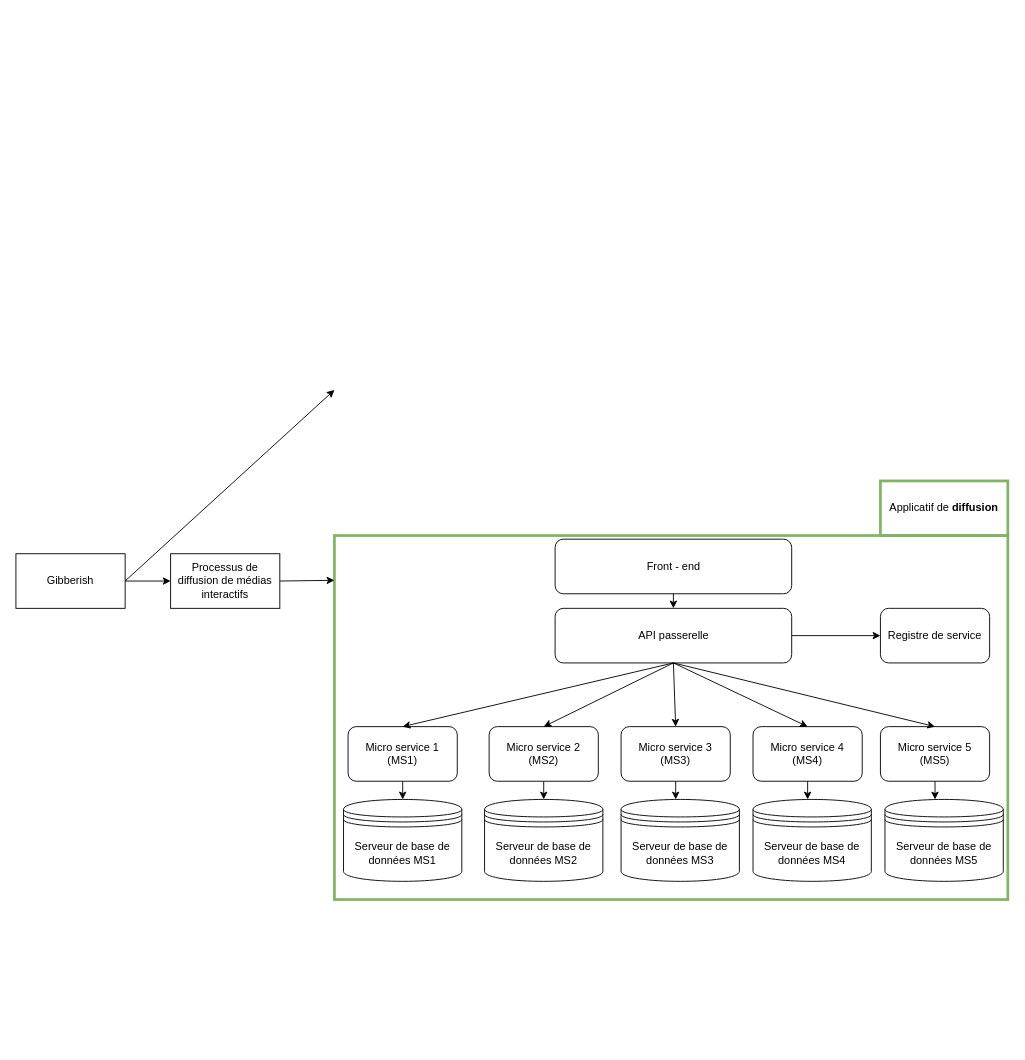
The draw.io diagram GibberiashTargetApplicativeArchitecture.drawio in cjour/audit_logistics, before the edit. Source tidied: cells renumbered, new cells numbered last; positions are measured from the earlier drawing's top-left corner, leaving out a move shared by most shapes. Both pictures are drawn from the tidied source at 91%, with x=0, y=0 at pixel (15, 389).
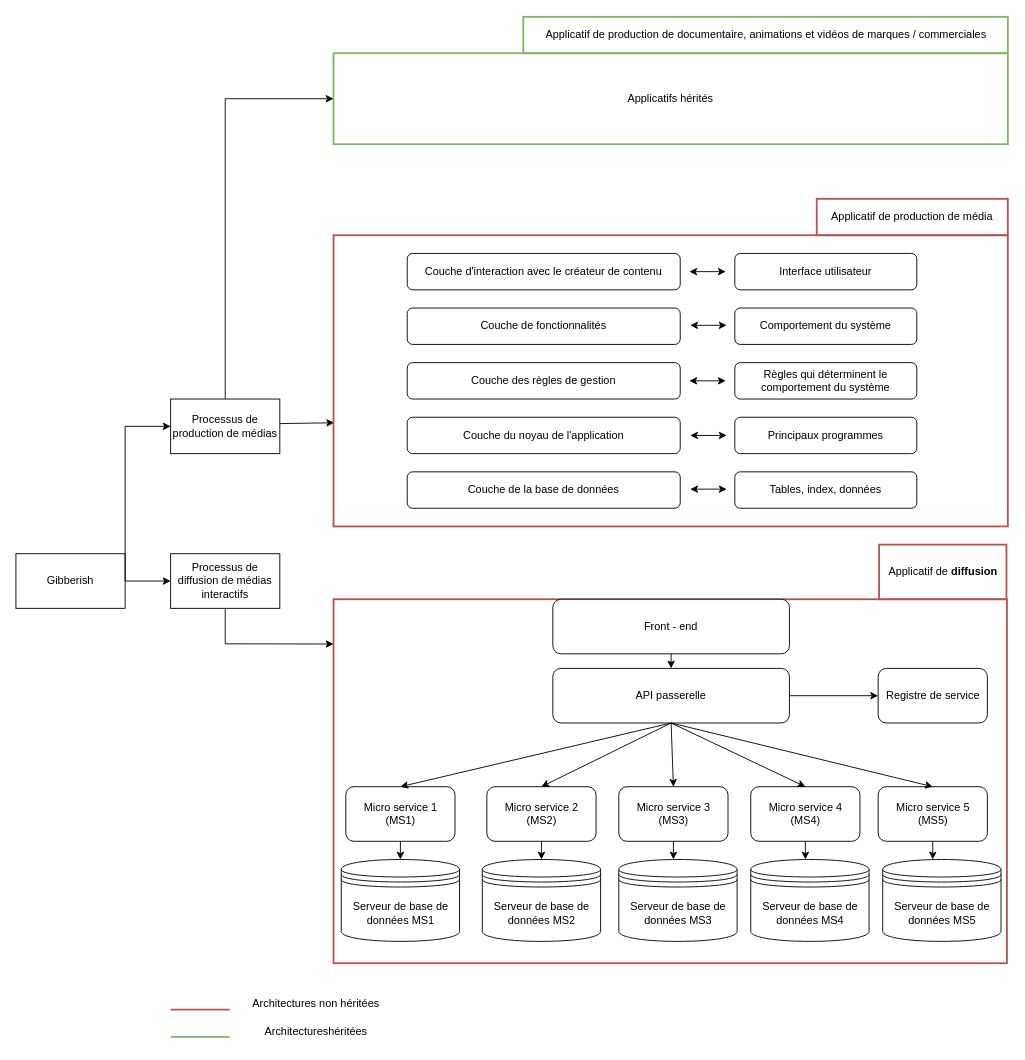
The same page after the edit.

Commit message (it also covers changes not shown here):
Mettre à jour GibberiashTargetApplicativeArchitecture.drawio

The change refers to these unchanged cells:
```xml
<mxCell id="4" value="Gibberish" style="rounded=0;whiteSpace=wrap;html=1;strokeWidth=1;fillColor=none;" parent="1" vertex="1">
  <mxGeometry y="180" width="120" height="60" as="geometry" />
</mxCell>
<mxCell id="5" value="Processus de diffusion de médias interactifs" style="rounded=0;whiteSpace=wrap;html=1;strokeWidth=1;fillColor=none;" parent="1" vertex="1">
  <mxGeometry x="170" y="180" width="120" height="60" as="geometry" />
</mxCell>
```

The edit, as a diff of the source:
```diff
@@
-    <mxCell id="2" style="rounded=0;whiteSpace=wrap;html=1;strokeWidth=3;fillColor=none;strokeColor=#82b366;" parent="1" vertex="1">
-      <mxGeometry x="350" y="160" width="740" height="400" as="geometry" />
+    <mxCell id="2" style="rounded=0;whiteSpace=wrap;html=1;strokeWidth=2;fillColor=none;strokeColor=#b85450;" parent="1" vertex="1">
+      <mxGeometry x="349" y="230" width="740" height="400" as="geometry" />
     </mxCell>
-    <mxCell id="3" value="Applicatif de &lt;b&gt;diffusion&lt;/b&gt;" style="rounded=0;whiteSpace=wrap;html=1;strokeWidth=3;fillColor=none;strokeColor=#82b366;" parent="1" vertex="1">
-      <mxGeometry x="950" y="100" width="140" height="60" as="geometry" />
-    </mxCell>
@@
+    <mxCell id="28" style="endArrow=classic;html=1;rounded=0;exitX=0.5;exitY=1;exitDx=0;exitDy=0;entryX=0;entryY=0.123;entryDx=0;entryDy=0;entryPerimeter=0;" parent="1" edge="1" source="5" target="2">
+      <mxGeometry relative="1" as="geometry">
+        <Array as="points">
+          <mxPoint x="230" y="279" />
+        </Array>
+      </mxGeometry>
+    </mxCell>
+    <mxCell id="33" style="endArrow=classic;html=1;rounded=0;strokeColor=#000000;exitX=1;exitY=0.5;exitDx=0;exitDy=0;entryX=0;entryY=0.5;entryDx=0;entryDy=0;" parent="1" edge="1" source="4" target="5">
+      <mxGeometry relative="1" as="geometry" />
+    </mxCell>
+    <mxCell id="34" style="endArrow=classic;html=1;rounded=0;strokeColor=#000000;exitX=1;exitY=0.5;exitDx=0;exitDy=0;entryX=0;entryY=0.5;entryDx=0;entryDy=0;" parent="1" edge="1" source="4" target="37">
+      <mxGeometry relative="1" as="geometry">
+        <Array as="points">
+          <mxPoint x="120" y="40" />
+        </Array>
+      </mxGeometry>
+    </mxCell>
+    <mxCell id="35" value="Applicatifs hérités" style="rounded=0;whiteSpace=wrap;html=1;strokeWidth=2;fillColor=none;strokeColor=#82b366;" parent="1" vertex="1">
+      <mxGeometry x="349" y="-370" width="741" height="100" as="geometry" />
+    </mxCell>
+    <mxCell id="36" value="Applicatif de production de documentaire, animations et vidéos de marques / commerciales" style="rounded=0;whiteSpace=wrap;html=1;strokeWidth=2;fillColor=none;strokeColor=#82b366;" parent="1" vertex="1">
+      <mxGeometry x="557.5" y="-410" width="532.5" height="40" as="geometry" />
+    </mxCell>
+    <mxCell id="37" value="Processus de production de médias" style="rounded=0;whiteSpace=wrap;html=1;strokeWidth=1;fillColor=none;" parent="1" vertex="1">
+      <mxGeometry x="170" y="10" width="120" height="60" as="geometry" />
+    </mxCell>
+    <mxCell id="38" style="endArrow=classic;html=1;rounded=0;exitX=0.5;exitY=0;exitDx=0;exitDy=0;entryX=0;entryY=0.5;entryDx=0;entryDy=0;" parent="1" edge="1" source="37" target="35">
+      <mxGeometry relative="1" as="geometry">
+        <Array as="points">
+          <mxPoint x="230" y="-320" />
+        </Array>
+      </mxGeometry>
+    </mxCell>
+    <mxCell id="39" style="endArrow=classic;html=1;rounded=0;strokeColor=#000000;entryX=0.001;entryY=0.644;entryDx=0;entryDy=0;entryPerimeter=0;" parent="1" edge="1" target="40">
+      <mxGeometry relative="1" as="geometry">
+        <mxPoint x="290" y="37" as="sourcePoint" />
+      </mxGeometry>
+    </mxCell>
+    <mxCell id="40" style="rounded=0;whiteSpace=wrap;html=1;strokeWidth=2;fillColor=none;strokeColor=#b85450;" parent="1" vertex="1">
+      <mxGeometry x="349" y="-170" width="741" height="320" as="geometry" />
+    </mxCell>
+    <mxCell id="41" value="Applicatif de production de média" style="rounded=0;whiteSpace=wrap;html=1;strokeWidth=2;fillColor=none;strokeColor=#b85450;" parent="1" vertex="1">
+      <mxGeometry x="880" y="-210" width="210" height="40" as="geometry" />
+    </mxCell>
+    <mxCell id="42" style="group;" parent="1" vertex="1">
+      <mxGeometry x="357.5" y="230" width="730" height="376" as="geometry" />
+    </mxCell>
-    <mxCell id="6" value="API passerelle" style="rounded=1;whiteSpace=wrap;html=1;" parent="1" vertex="1">
-      <mxGeometry x="592.5" y="240" width="260" height="60" as="geometry" />
+    <mxCell id="6" value="API passerelle" style="rounded=1;whiteSpace=wrap;html=1;" parent="42" vertex="1">
+      <mxGeometry x="232.5" y="76" width="260" height="60" as="geometry" />
     </mxCell>
-    <mxCell id="7" value="Registre de service" style="rounded=1;whiteSpace=wrap;html=1;" parent="1" vertex="1">
-      <mxGeometry x="950" y="240" width="120" height="60" as="geometry" />
+    <mxCell id="7" value="Registre de service" style="rounded=1;whiteSpace=wrap;html=1;" parent="42" vertex="1">
+      <mxGeometry x="590" y="76" width="120" height="60" as="geometry" />
     </mxCell>
-    <mxCell id="8" value="&lt;div&gt;Micro service 1&lt;br&gt;(MS1)&lt;br&gt;&lt;/div&gt;" style="rounded=1;whiteSpace=wrap;html=1;" parent="1" vertex="1">
-      <mxGeometry x="365" y="370" width="120" height="60" as="geometry" />
+    <mxCell id="8" value="&lt;div&gt;Micro service 1&lt;br&gt;(MS1)&lt;br&gt;&lt;/div&gt;" style="rounded=1;whiteSpace=wrap;html=1;" parent="42" vertex="1">
+      <mxGeometry x="5" y="206" width="120" height="60" as="geometry" />
     </mxCell>
-    <mxCell id="9" value="&lt;div&gt;Micro service 5&lt;br&gt;(MS5)&lt;br&gt;&lt;/div&gt;" style="rounded=1;whiteSpace=wrap;html=1;" parent="1" vertex="1">
-      <mxGeometry x="950" y="370" width="120" height="60" as="geometry" />
+    <mxCell id="9" value="&lt;div&gt;Micro service 5&lt;br&gt;(MS5)&lt;br&gt;&lt;/div&gt;" style="rounded=1;whiteSpace=wrap;html=1;" parent="42" vertex="1">
+      <mxGeometry x="590" y="206" width="120" height="60" as="geometry" />
     </mxCell>
-    <mxCell id="10" value="Serveur de base de données MS1" style="shape=datastore;whiteSpace=wrap;html=1;fillColor=none;strokeColor=#000000;" parent="1" vertex="1">
-      <mxGeometry x="360" y="450" width="130" height="90" as="geometry" />
+    <mxCell id="10" value="Serveur de base de données MS1" style="shape=datastore;whiteSpace=wrap;html=1;fillColor=none;strokeColor=#000000;" parent="42" vertex="1">
+      <mxGeometry y="286" width="130" height="90" as="geometry" />
     </mxCell>
-    <mxCell id="11" value="Front - end" style="rounded=1;whiteSpace=wrap;html=1;" parent="1" vertex="1">
-      <mxGeometry x="592.5" y="164" width="260" height="60" as="geometry" />
+    <mxCell id="11" value="Front - end" style="rounded=1;whiteSpace=wrap;html=1;" parent="42" vertex="1">
+      <mxGeometry x="232.5" width="260" height="60" as="geometry" />
     </mxCell>
-    <mxCell id="12" style="endArrow=classic;html=1;rounded=0;entryX=0.5;entryY=0;entryDx=0;entryDy=0;exitX=0.5;exitY=1;exitDx=0;exitDy=0;" parent="1" edge="1" source="11" target="6">
+    <mxCell id="12" style="endArrow=classic;html=1;rounded=0;entryX=0.5;entryY=0;entryDx=0;entryDy=0;exitX=0.5;exitY=1;exitDx=0;exitDy=0;" parent="42" edge="1" source="11" target="6">
       <mxGeometry relative="1" as="geometry" />
     </mxCell>
-    <mxCell id="13" style="endArrow=classic;html=1;rounded=0;entryX=0;entryY=0.5;entryDx=0;entryDy=0;exitX=1;exitY=0.5;exitDx=0;exitDy=0;" parent="1" edge="1" source="6" target="7">
+    <mxCell id="13" style="endArrow=classic;html=1;rounded=0;entryX=0;entryY=0.5;entryDx=0;entryDy=0;exitX=1;exitY=0.5;exitDx=0;exitDy=0;" parent="42" edge="1" source="6" target="7">
       <mxGeometry relative="1" as="geometry" />
     </mxCell>
-    <mxCell id="14" style="endArrow=classic;html=1;rounded=0;entryX=0.5;entryY=0;entryDx=0;entryDy=0;exitX=0.5;exitY=1;exitDx=0;exitDy=0;" parent="1" edge="1" source="8" target="10">
+    <mxCell id="14" style="endArrow=classic;html=1;rounded=0;entryX=0.5;entryY=0;entryDx=0;entryDy=0;exitX=0.5;exitY=1;exitDx=0;exitDy=0;" parent="42" edge="1" source="8" target="10">
       <mxGeometry relative="1" as="geometry" />
     </mxCell>
-    <mxCell id="15" value="&lt;div&gt;Micro service 4&lt;br&gt;(MS4)&lt;br&gt;&lt;/div&gt;" style="rounded=1;whiteSpace=wrap;html=1;" parent="1" vertex="1">
-      <mxGeometry x="810" y="370" width="120" height="60" as="geometry" />
+    <mxCell id="15" value="&lt;div&gt;Micro service 4&lt;br&gt;(MS4)&lt;br&gt;&lt;/div&gt;" style="rounded=1;whiteSpace=wrap;html=1;" parent="42" vertex="1">
+      <mxGeometry x="450" y="206" width="120" height="60" as="geometry" />
     </mxCell>
-    <mxCell id="16" style="endArrow=classic;html=1;rounded=0;entryX=0.5;entryY=0;entryDx=0;entryDy=0;exitX=0.5;exitY=1;exitDx=0;exitDy=0;" parent="1" edge="1" source="15">
+    <mxCell id="16" style="endArrow=classic;html=1;rounded=0;entryX=0.5;entryY=0;entryDx=0;entryDy=0;exitX=0.5;exitY=1;exitDx=0;exitDy=0;" parent="42" edge="1" source="15">
       <mxGeometry relative="1" as="geometry">
-        <mxPoint x="870" y="450" as="targetPoint" />
+        <mxPoint x="510" y="286" as="targetPoint" />
       </mxGeometry>
     </mxCell>
-    <mxCell id="17" style="endArrow=classic;html=1;rounded=0;entryX=0.5;entryY=0;entryDx=0;entryDy=0;exitX=0.5;exitY=1;exitDx=0;exitDy=0;" parent="1" edge="1" source="9">
+    <mxCell id="17" style="endArrow=classic;html=1;rounded=0;entryX=0.5;entryY=0;entryDx=0;entryDy=0;exitX=0.5;exitY=1;exitDx=0;exitDy=0;" parent="42" edge="1" source="9">
       <mxGeometry relative="1" as="geometry">
-        <mxPoint x="1010" y="450" as="targetPoint" />
+        <mxPoint x="650" y="286" as="targetPoint" />
       </mxGeometry>
     </mxCell>
-    <mxCell id="18" value="&lt;div&gt;Micro service 2&lt;br&gt;(MS2)&lt;br&gt;&lt;/div&gt;" style="rounded=1;whiteSpace=wrap;html=1;" parent="1" vertex="1">
-      <mxGeometry x="520" y="370" width="120" height="60" as="geometry" />
+    <mxCell id="18" value="&lt;div&gt;Micro service 2&lt;br&gt;(MS2)&lt;br&gt;&lt;/div&gt;" style="rounded=1;whiteSpace=wrap;html=1;" parent="42" vertex="1">
+      <mxGeometry x="160" y="206" width="120" height="60" as="geometry" />
     </mxCell>
-    <mxCell id="19" style="endArrow=classic;html=1;rounded=0;entryX=0.5;entryY=0;entryDx=0;entryDy=0;exitX=0.5;exitY=1;exitDx=0;exitDy=0;" parent="1" edge="1" source="18">
+    <mxCell id="19" style="endArrow=classic;html=1;rounded=0;entryX=0.5;entryY=0;entryDx=0;entryDy=0;exitX=0.5;exitY=1;exitDx=0;exitDy=0;" parent="42" edge="1" source="18">
       <mxGeometry relative="1" as="geometry">
-        <mxPoint x="580" y="450" as="targetPoint" />
+        <mxPoint x="220" y="286" as="targetPoint" />
       </mxGeometry>
     </mxCell>
-    <mxCell id="20" value="&lt;div&gt;Micro service 3&lt;br&gt;(MS3)&lt;br&gt;&lt;/div&gt;" style="rounded=1;whiteSpace=wrap;html=1;" parent="1" vertex="1">
-      <mxGeometry x="665" y="370" width="120" height="60" as="geometry" />
+    <mxCell id="20" value="&lt;div&gt;Micro service 3&lt;br&gt;(MS3)&lt;br&gt;&lt;/div&gt;" style="rounded=1;whiteSpace=wrap;html=1;" parent="42" vertex="1">
+      <mxGeometry x="305" y="206" width="120" height="60" as="geometry" />
     </mxCell>
-    <mxCell id="21" style="endArrow=classic;html=1;rounded=0;entryX=0.5;entryY=0;entryDx=0;entryDy=0;exitX=0.5;exitY=1;exitDx=0;exitDy=0;" parent="1" edge="1" source="20">
+    <mxCell id="21" style="endArrow=classic;html=1;rounded=0;entryX=0.5;entryY=0;entryDx=0;entryDy=0;exitX=0.5;exitY=1;exitDx=0;exitDy=0;" parent="42" edge="1" source="20">
       <mxGeometry relative="1" as="geometry">
-        <mxPoint x="725" y="450" as="targetPoint" />
+        <mxPoint x="365" y="286" as="targetPoint" />
       </mxGeometry>
     </mxCell>
-    <mxCell id="22" style="endArrow=classic;html=1;rounded=0;entryX=0.5;entryY=0;entryDx=0;entryDy=0;exitX=0.5;exitY=1;exitDx=0;exitDy=0;startArrow=none;" parent="1" edge="1" target="8">
+    <mxCell id="22" style="endArrow=classic;html=1;rounded=0;entryX=0.5;entryY=0;entryDx=0;entryDy=0;exitX=0.5;exitY=1;exitDx=0;exitDy=0;startArrow=none;" parent="42" edge="1" target="8">
       <mxGeometry relative="1" as="geometry">
-        <mxPoint x="425" y="370" as="sourcePoint" />
+        <mxPoint x="65" y="206" as="sourcePoint" />
       </mxGeometry>
     </mxCell>
-    <mxCell id="23" style="endArrow=classic;html=1;rounded=0;entryX=0.5;entryY=0;entryDx=0;entryDy=0;exitX=0.5;exitY=1;exitDx=0;exitDy=0;fillColor=#e1d5e7;strokeColor=#000000;" parent="1" edge="1" source="6" target="8">
+    <mxCell id="23" style="endArrow=classic;html=1;rounded=0;entryX=0.5;entryY=0;entryDx=0;entryDy=0;exitX=0.5;exitY=1;exitDx=0;exitDy=0;fillColor=#e1d5e7;strokeColor=#000000;" parent="42" edge="1" source="6" target="8">
       <mxGeometry relative="1" as="geometry" />
     </mxCell>
-    <mxCell id="24" style="endArrow=classic;html=1;rounded=0;entryX=0.5;entryY=0;entryDx=0;entryDy=0;exitX=0.5;exitY=1;exitDx=0;exitDy=0;fillColor=#e1d5e7;strokeColor=#000000;" parent="1" edge="1" source="6" target="18">
+    <mxCell id="24" style="endArrow=classic;html=1;rounded=0;entryX=0.5;entryY=0;entryDx=0;entryDy=0;exitX=0.5;exitY=1;exitDx=0;exitDy=0;fillColor=#e1d5e7;strokeColor=#000000;" parent="42" edge="1" source="6" target="18">
       <mxGeometry relative="1" as="geometry" />
     </mxCell>
-    <mxCell id="25" style="endArrow=classic;html=1;rounded=0;entryX=0.5;entryY=0;entryDx=0;entryDy=0;exitX=0.5;exitY=1;exitDx=0;exitDy=0;fillColor=#e1d5e7;strokeColor=#000000;" parent="1" edge="1" source="6" target="20">
+    <mxCell id="25" style="endArrow=classic;html=1;rounded=0;entryX=0.5;entryY=0;entryDx=0;entryDy=0;exitX=0.5;exitY=1;exitDx=0;exitDy=0;fillColor=#e1d5e7;strokeColor=#000000;" parent="42" edge="1" source="6" target="20">
       <mxGeometry relative="1" as="geometry" />
     </mxCell>
-    <mxCell id="26" style="endArrow=classic;html=1;rounded=0;entryX=0.5;entryY=0;entryDx=0;entryDy=0;exitX=0.5;exitY=1;exitDx=0;exitDy=0;fillColor=#e1d5e7;strokeColor=#000000;" parent="1" edge="1" source="6" target="15">
+    <mxCell id="26" style="endArrow=classic;html=1;rounded=0;entryX=0.5;entryY=0;entryDx=0;entryDy=0;exitX=0.5;exitY=1;exitDx=0;exitDy=0;fillColor=#e1d5e7;strokeColor=#000000;" parent="42" edge="1" source="6" target="15">
       <mxGeometry relative="1" as="geometry" />
     </mxCell>
-    <mxCell id="27" style="endArrow=classic;html=1;rounded=0;entryX=0.5;entryY=0;entryDx=0;entryDy=0;exitX=0.5;exitY=1;exitDx=0;exitDy=0;fillColor=#e1d5e7;strokeColor=#000000;" parent="1" edge="1" source="6" target="9">
+    <mxCell id="27" style="endArrow=classic;html=1;rounded=0;entryX=0.5;entryY=0;entryDx=0;entryDy=0;exitX=0.5;exitY=1;exitDx=0;exitDy=0;fillColor=#e1d5e7;strokeColor=#000000;" parent="42" edge="1" source="6" target="9">
       <mxGeometry relative="1" as="geometry" />
     </mxCell>
-    <mxCell id="28" style="endArrow=classic;html=1;rounded=0;exitX=1;exitY=0.5;exitDx=0;exitDy=0;entryX=0;entryY=0.123;entryDx=0;entryDy=0;entryPerimeter=0;" parent="1" edge="1" source="5" target="2">
-      <mxGeometry relative="1" as="geometry" />
-    </mxCell>
-    <mxCell id="29" value="Serveur de base de données MS2" style="shape=datastore;whiteSpace=wrap;html=1;fillColor=none;strokeColor=#000000;" parent="1" vertex="1">
-      <mxGeometry x="515" y="450" width="130" height="90" as="geometry" />
+    <mxCell id="29" value="Serveur de base de données MS2" style="shape=datastore;whiteSpace=wrap;html=1;fillColor=none;strokeColor=#000000;" parent="42" vertex="1">
+      <mxGeometry x="155" y="286" width="130" height="90" as="geometry" />
     </mxCell>
-    <mxCell id="30" value="Serveur de base de données MS3" style="shape=datastore;whiteSpace=wrap;html=1;fillColor=none;strokeColor=#000000;" parent="1" vertex="1">
-      <mxGeometry x="665" y="450" width="130" height="90" as="geometry" />
+    <mxCell id="30" value="Serveur de base de données MS3" style="shape=datastore;whiteSpace=wrap;html=1;fillColor=none;strokeColor=#000000;" parent="42" vertex="1">
+      <mxGeometry x="305" y="286" width="130" height="90" as="geometry" />
     </mxCell>
-    <mxCell id="31" value="Serveur de base de données MS4" style="shape=datastore;whiteSpace=wrap;html=1;fillColor=none;strokeColor=#000000;" parent="1" vertex="1">
-      <mxGeometry x="810" y="450" width="130" height="90" as="geometry" />
+    <mxCell id="31" value="Serveur de base de données MS4" style="shape=datastore;whiteSpace=wrap;html=1;fillColor=none;strokeColor=#000000;" parent="42" vertex="1">
+      <mxGeometry x="450" y="286" width="130" height="90" as="geometry" />
     </mxCell>
-    <mxCell id="32" value="Serveur de base de données MS5" style="shape=datastore;whiteSpace=wrap;html=1;fillColor=none;strokeColor=#000000;" parent="1" vertex="1">
-      <mxGeometry x="955" y="450" width="130" height="90" as="geometry" />
+    <mxCell id="32" value="Serveur de base de données MS5" style="shape=datastore;whiteSpace=wrap;html=1;fillColor=none;strokeColor=#000000;" parent="42" vertex="1">
+      <mxGeometry x="595" y="286" width="130" height="90" as="geometry" />
     </mxCell>
-    <mxCell id="33" style="endArrow=classic;html=1;rounded=0;strokeColor=#000000;exitX=1;exitY=0.5;exitDx=0;exitDy=0;entryX=0;entryY=0.5;entryDx=0;entryDy=0;" parent="1" edge="1" source="4" target="5">
-      <mxGeometry relative="1" as="geometry" />
-    </mxCell>
-    <mxCell id="34" style="endArrow=classic;html=1;rounded=0;strokeColor=#000000;exitX=1;exitY=0.5;exitDx=0;exitDy=0;" parent="1" edge="1" source="4">
-      <mxGeometry relative="1" as="geometry">
-        <mxPoint x="350" as="targetPoint" />
-      </mxGeometry>
-    </mxCell>
+    <mxCell id="3" value="Applicatif de &lt;b&gt;diffusion&lt;/b&gt;" style="rounded=0;whiteSpace=wrap;html=1;strokeWidth=2;fillColor=none;strokeColor=#b85450;" parent="42" vertex="1">
+      <mxGeometry x="591" y="-60" width="140" height="60" as="geometry" />
+    </mxCell>
+    <mxCell id="43" style="group;" parent="1" vertex="1">
+      <mxGeometry x="430" y="-150" width="560" height="280" as="geometry" />
+    </mxCell>
+    <mxCell id="44" value="Couche d'interaction avec le créateur de contenu" style="rounded=1;whiteSpace=wrap;html=1;" parent="43" vertex="1">
+      <mxGeometry width="300" height="40" as="geometry" />
+    </mxCell>
+    <mxCell id="45" style="endArrow=classic;startArrow=classic;html=1;rounded=0;" parent="43" edge="1">
+      <mxGeometry relative="1" as="geometry">
+        <mxPoint x="310" y="20" as="sourcePoint" />
+        <mxPoint x="350" y="20" as="targetPoint" />
+      </mxGeometry>
+    </mxCell>
+    <mxCell id="46" value="Interface utilisateur" style="rounded=1;whiteSpace=wrap;html=1;" parent="43" vertex="1">
+      <mxGeometry x="360" width="200" height="40" as="geometry" />
+    </mxCell>
+    <mxCell id="47" value="Comportement du système" style="rounded=1;whiteSpace=wrap;html=1;" parent="43" vertex="1">
+      <mxGeometry x="360" y="60" width="200" height="40" as="geometry" />
+    </mxCell>
+    <mxCell id="48" style="endArrow=classic;startArrow=classic;html=1;rounded=0;" parent="43" edge="1">
+      <mxGeometry relative="1" as="geometry">
+        <mxPoint x="311" y="79" as="sourcePoint" />
+        <mxPoint x="351" y="79" as="targetPoint" />
+      </mxGeometry>
+    </mxCell>
+    <mxCell id="49" value="Couche de fonctionnalités" style="rounded=1;whiteSpace=wrap;html=1;" parent="43" vertex="1">
+      <mxGeometry y="60" width="300" height="40" as="geometry" />
+    </mxCell>
+    <mxCell id="50" value="Couche des règles de gestion" style="rounded=1;whiteSpace=wrap;html=1;" parent="43" vertex="1">
+      <mxGeometry y="120" width="300" height="40" as="geometry" />
+    </mxCell>
+    <mxCell id="51" style="endArrow=classic;startArrow=classic;html=1;rounded=0;" parent="43" edge="1">
+      <mxGeometry relative="1" as="geometry">
+        <mxPoint x="310" y="140" as="sourcePoint" />
+        <mxPoint x="350" y="140" as="targetPoint" />
+      </mxGeometry>
+    </mxCell>
+    <mxCell id="52" value="Règles qui déterminent le comportement du système" style="rounded=1;whiteSpace=wrap;html=1;" parent="43" vertex="1">
+      <mxGeometry x="360" y="120" width="200" height="40" as="geometry" />
+    </mxCell>
+    <mxCell id="53" value="Principaux programmes" style="rounded=1;whiteSpace=wrap;html=1;" parent="43" vertex="1">
+      <mxGeometry x="360" y="180" width="200" height="40" as="geometry" />
+    </mxCell>
+    <mxCell id="54" style="endArrow=classic;startArrow=classic;html=1;rounded=0;" parent="43" edge="1">
+      <mxGeometry relative="1" as="geometry">
+        <mxPoint x="311" y="200" as="sourcePoint" />
+        <mxPoint x="351" y="200" as="targetPoint" />
+      </mxGeometry>
+    </mxCell>
+    <mxCell id="55" value="Couche du noyau de l'application" style="rounded=1;whiteSpace=wrap;html=1;" parent="43" vertex="1">
+      <mxGeometry y="180" width="300" height="40" as="geometry" />
+    </mxCell>
+    <mxCell id="56" value="Couche de la base de données" style="rounded=1;whiteSpace=wrap;html=1;" parent="43" vertex="1">
+      <mxGeometry y="240" width="300" height="40" as="geometry" />
+    </mxCell>
+    <mxCell id="57" style="endArrow=classic;startArrow=classic;html=1;rounded=0;" parent="43" edge="1">
+      <mxGeometry relative="1" as="geometry">
+        <mxPoint x="311" y="259" as="sourcePoint" />
+        <mxPoint x="351" y="259" as="targetPoint" />
+      </mxGeometry>
+    </mxCell>
+    <mxCell id="58" value="Tables, index, données" style="rounded=1;whiteSpace=wrap;html=1;" parent="43" vertex="1">
+      <mxGeometry x="360" y="240" width="200" height="40" as="geometry" />
+    </mxCell>
+    <mxCell id="59" style="endArrow=none;html=1;rounded=0;strokeColor=#b85450;fillColor=#f8cecc;strokeWidth=2;" parent="1" edge="1">
+      <mxGeometry relative="1" as="geometry">
+        <mxPoint x="170" y="681" as="sourcePoint" />
+        <mxPoint x="235" y="681" as="targetPoint" />
+      </mxGeometry>
+    </mxCell>
+    <mxCell id="60" value="Architectures non héritées" style="text;html=1;strokeColor=none;fillColor=none;align=center;verticalAlign=middle;whiteSpace=wrap;rounded=0;strokeWidth=2;" parent="1" vertex="1">
+      <mxGeometry x="245" y="660" width="170" height="30" as="geometry" />
+    </mxCell>
+    <mxCell id="61" style="endArrow=none;html=1;rounded=0;strokeColor=#82b366;fillColor=#d5e8d4;strokeWidth=2;" parent="1" edge="1">
+      <mxGeometry relative="1" as="geometry">
+        <mxPoint x="170" y="711" as="sourcePoint" />
+        <mxPoint x="235" y="711" as="targetPoint" />
+      </mxGeometry>
+    </mxCell>
+    <mxCell id="62" value="Architectureshéritées" style="text;html=1;strokeColor=none;fillColor=none;align=center;verticalAlign=middle;whiteSpace=wrap;rounded=0;strokeWidth=2;" parent="1" vertex="1">
+      <mxGeometry x="245" y="690" width="170" height="30" as="geometry" />
+    </mxCell>
```
